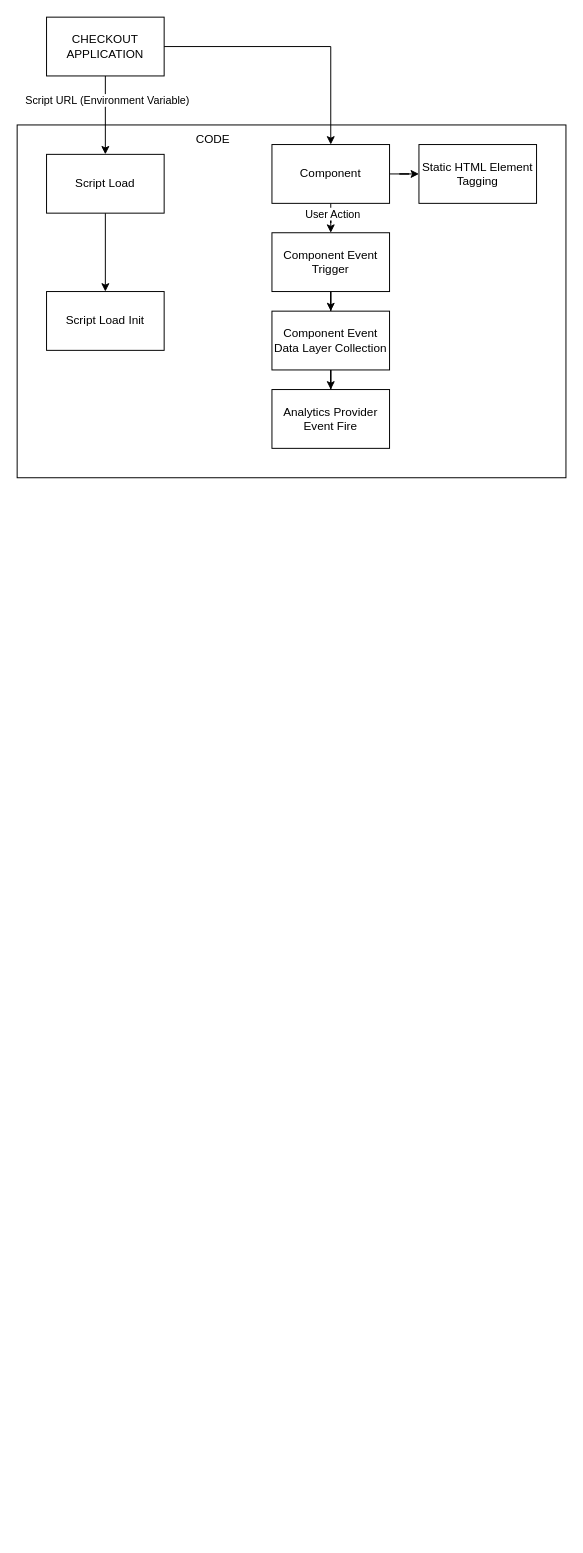
ssharifdev/draw.io keeps this draw.io diagram as aec-analytics-hld.drawio. Above is the earlier version. Source tidied: cells renumbered, new cells numbered last; positions are measured from the earlier drawing's top-left corner, leaving out a move shared by most shapes. Both pictures are drawn from the tidied source at 98%, with x=0, y=0 at pixel (17, 17).
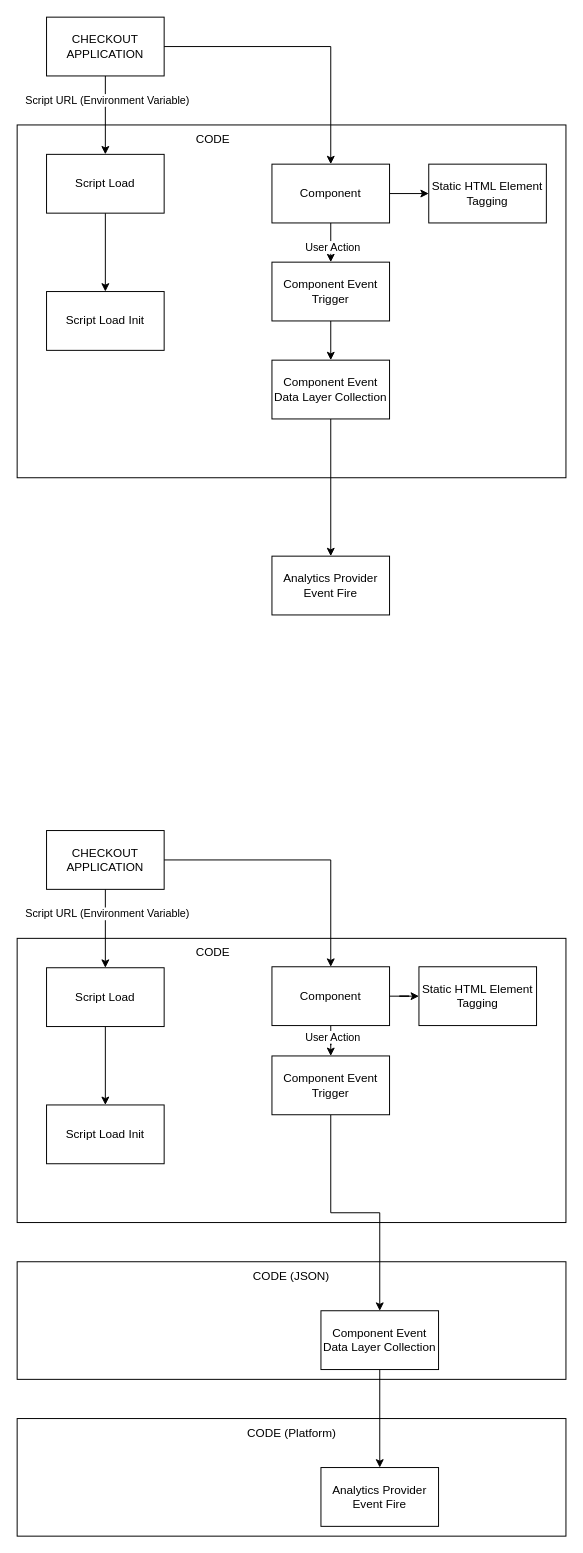
The same diagram, later.

Change to the diagram source:
```diff
@@
+    <mxCell id="21" style="rounded=0;whiteSpace=wrap;html=1;fillColor=none;" parent="1" vertex="1">
+      <mxGeometry y="1430" width="560" height="120" as="geometry" />
+    </mxCell>
+    <mxCell id="22" style="rounded=0;whiteSpace=wrap;html=1;fillColor=none;" parent="1" vertex="1">
+      <mxGeometry y="1270" width="560" height="120" as="geometry" />
+    </mxCell>
@@
     <mxCell id="10" value="Component Event Trigger" style="rounded=0;whiteSpace=wrap;html=1;" parent="1" vertex="1">
-      <mxGeometry x="260" y="220" width="120" height="60" as="geometry" />
+      <mxGeometry x="260" y="250" width="120" height="60" as="geometry" />
     </mxCell>
@@
     <mxCell id="12" value="Component Event Data Layer Collection" style="rounded=0;whiteSpace=wrap;html=1;" parent="1" vertex="1">
-      <mxGeometry x="260" y="300" width="120" height="60" as="geometry" />
+      <mxGeometry x="260" y="350" width="120" height="60" as="geometry" />
     </mxCell>
     <mxCell id="13" value="Analytics Provider Event Fire" style="rounded=0;whiteSpace=wrap;html=1;" parent="1" vertex="1">
-      <mxGeometry x="260" y="380" width="120" height="60" as="geometry" />
+      <mxGeometry x="260" y="550" width="120" height="60" as="geometry" />
     </mxCell>
@@
     <mxCell id="19" value="Component" style="rounded=0;whiteSpace=wrap;html=1;" parent="1" vertex="1">
-      <mxGeometry x="260" y="130" width="120" height="60" as="geometry" />
+      <mxGeometry x="260" y="150" width="120" height="60" as="geometry" />
     </mxCell>
     <mxCell id="20" value="Static HTML Element Tagging" style="rounded=0;whiteSpace=wrap;html=1;" parent="1" vertex="1">
-      <mxGeometry x="410" y="130" width="120" height="60" as="geometry" />
+      <mxGeometry x="420" y="150" width="120" height="60" as="geometry" />
     </mxCell>
+    <mxCell id="23" style="rounded=0;whiteSpace=wrap;html=1;fillColor=none;" parent="1" vertex="1">
+      <mxGeometry y="940" width="560" height="290" as="geometry" />
+    </mxCell>
+    <mxCell id="24" style="edgeStyle=orthogonalEdgeStyle;rounded=0;jettySize=auto;html=1;" parent="1" edge="1" source="26" target="28">
+      <mxGeometry relative="1" as="geometry" />
+    </mxCell>
+    <mxCell id="25" value="Script URL (Environment Variable)" style="edgeLabel;html=1;align=center;verticalAlign=middle;" parent="24" vertex="1">
+      <mxGeometry x="-0.4" y="1" relative="1" as="geometry" />
+    </mxCell>
+    <mxCell id="26" value="CHECKOUT&lt;br&gt;APPLICATION" style="rounded=0;whiteSpace=wrap;html=1;" parent="1" vertex="1">
+      <mxGeometry x="30" y="830" width="120" height="60" as="geometry" />
+    </mxCell>
+    <mxCell id="27" style="edgeStyle=orthogonalEdgeStyle;rounded=0;jettySize=auto;html=1;" parent="1" edge="1" source="28" target="29">
+      <mxGeometry relative="1" as="geometry" />
+    </mxCell>
+    <mxCell id="28" value="Script Load" style="rounded=0;whiteSpace=wrap;html=1;" parent="1" vertex="1">
+      <mxGeometry x="30" y="970" width="120" height="60" as="geometry" />
+    </mxCell>
+    <mxCell id="29" value="Script Load Init" style="rounded=0;whiteSpace=wrap;html=1;" parent="1" vertex="1">
+      <mxGeometry x="30" y="1110" width="120" height="60" as="geometry" />
+    </mxCell>
+    <mxCell id="30" style="edgeStyle=orthogonalEdgeStyle;rounded=0;jettySize=auto;html=1;entryX=0.5;entryY=0;entryDx=0;entryDy=0;" parent="1" edge="1" source="31" target="33">
+      <mxGeometry relative="1" as="geometry" />
+    </mxCell>
+    <mxCell id="31" value="Component Event Trigger" style="rounded=0;whiteSpace=wrap;html=1;" parent="1" vertex="1">
+      <mxGeometry x="260" y="1060" width="120" height="60" as="geometry" />
+    </mxCell>
+    <mxCell id="32" style="edgeStyle=orthogonalEdgeStyle;rounded=0;jettySize=auto;html=1;entryX=0.5;entryY=0;entryDx=0;entryDy=0;" parent="1" edge="1" source="33" target="34">
+      <mxGeometry relative="1" as="geometry" />
+    </mxCell>
+    <mxCell id="33" value="Component Event Data Layer Collection" style="rounded=0;whiteSpace=wrap;html=1;" parent="1" vertex="1">
+      <mxGeometry x="310" y="1320" width="120" height="60" as="geometry" />
+    </mxCell>
+    <mxCell id="34" value="Analytics Provider Event Fire" style="rounded=0;whiteSpace=wrap;html=1;" parent="1" vertex="1">
+      <mxGeometry x="310" y="1480" width="120" height="60" as="geometry" />
+    </mxCell>
+    <mxCell id="35" style="edgeStyle=orthogonalEdgeStyle;rounded=0;jettySize=auto;html=1;entryX=0.5;entryY=0;entryDx=0;entryDy=0;" parent="1" edge="1" source="26" target="40">
+      <mxGeometry relative="1" as="geometry">
+        <Array as="points">
+          <mxPoint x="320" y="860" />
+        </Array>
+      </mxGeometry>
+    </mxCell>
+    <mxCell id="36" value="CODE" style="text;html=1;align=center;verticalAlign=middle;whiteSpace=wrap;rounded=0;" parent="1" vertex="1">
+      <mxGeometry x="170" y="940" width="60" height="30" as="geometry" />
+    </mxCell>
+    <mxCell id="37" style="edgeStyle=orthogonalEdgeStyle;rounded=0;jettySize=auto;html=1;entryX=0.5;entryY=0;entryDx=0;entryDy=0;" parent="1" edge="1" source="40" target="31">
+      <mxGeometry relative="1" as="geometry" />
+    </mxCell>
+    <mxCell id="38" value="User Action" style="edgeLabel;html=1;align=center;verticalAlign=middle;" parent="37" vertex="1">
+      <mxGeometry x="0.2" y="1" relative="1" as="geometry" />
+    </mxCell>
+    <mxCell id="39" style="edgeStyle=orthogonalEdgeStyle;rounded=0;jettySize=auto;html=1;entryX=0;entryY=0.5;entryDx=0;entryDy=0;" parent="1" edge="1" source="40" target="41">
+      <mxGeometry relative="1" as="geometry" />
+    </mxCell>
+    <mxCell id="40" value="Component" style="rounded=0;whiteSpace=wrap;html=1;" parent="1" vertex="1">
+      <mxGeometry x="260" y="969" width="120" height="60" as="geometry" />
+    </mxCell>
+    <mxCell id="41" value="Static HTML Element Tagging" style="rounded=0;whiteSpace=wrap;html=1;" parent="1" vertex="1">
+      <mxGeometry x="410" y="969" width="120" height="60" as="geometry" />
+    </mxCell>
+    <mxCell id="42" value="CODE (JSON)" style="text;html=1;align=center;verticalAlign=middle;whiteSpace=wrap;rounded=0;" parent="1" vertex="1">
+      <mxGeometry x="235" y="1270" width="90" height="30" as="geometry" />
+    </mxCell>
+    <mxCell id="43" value="CODE (Platform)" style="text;html=1;align=center;verticalAlign=middle;whiteSpace=wrap;rounded=0;" parent="1" vertex="1">
+      <mxGeometry x="227.5" y="1430" width="105" height="30" as="geometry" />
+    </mxCell>
```
